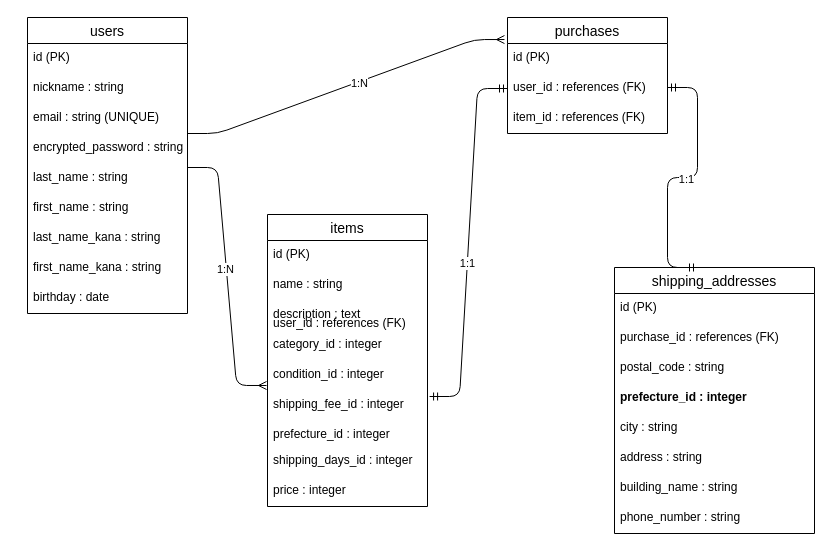
Above: er_diagram.drawio in daisuke289/furima-41667 (draw.io), before the change. Source tidied: cells renumbered, new cells numbered last; positions are measured from the earlier drawing's top-left corner, leaving out a move shared by most shapes. Both pictures are drawn from the tidied source at 100%, with x=0, y=0 at pixel (17, 17).
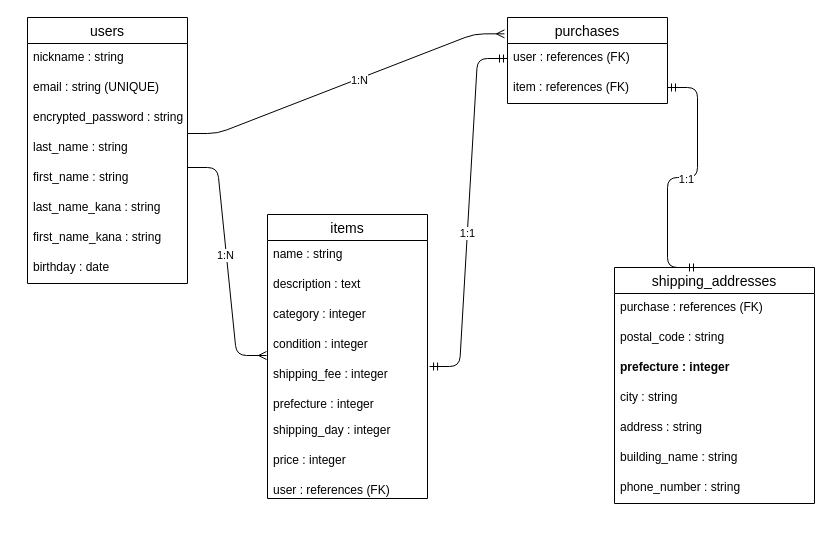
After the change.

Commit message (it also covers changes not shown here):
ER図、README変更

Diff of the diagram source:
```diff
@@
     <mxCell id="2" value="users" style="swimlane;fontStyle=0;horizontal=1;startSize=26;align=center;fontSize=14;" parent="1" vertex="1">
-      <mxGeometry x="10" width="160" height="296" as="geometry" />
+      <mxGeometry x="10" width="160" height="266" as="geometry" />
     </mxCell>
-    <mxCell id="3" value="id (PK)" style="text;strokeColor=none;fillColor=none;spacingLeft=4;spacingRight=4;overflow=hidden;fontSize=12;" parent="2" vertex="1">
-      <mxGeometry y="26" width="160" height="30" as="geometry" />
-    </mxCell>
     <mxCell id="4" value="nickname : string" style="text;strokeColor=none;fillColor=none;spacingLeft=4;spacingRight=4;overflow=hidden;fontSize=12;" parent="2" vertex="1">
-      <mxGeometry y="56" width="160" height="30" as="geometry" />
+      <mxGeometry y="26" width="160" height="30" as="geometry" />
     </mxCell>
     <mxCell id="5" value="email : string (UNIQUE)" style="text;strokeColor=none;fillColor=none;spacingLeft=4;spacingRight=4;overflow=hidden;fontSize=12;" parent="2" vertex="1">
-      <mxGeometry y="86" width="160" height="30" as="geometry" />
+      <mxGeometry y="56" width="160" height="30" as="geometry" />
     </mxCell>
     <mxCell id="6" value="encrypted_password : string" style="text;strokeColor=none;fillColor=none;spacingLeft=4;spacingRight=4;overflow=hidden;fontSize=12;" parent="2" vertex="1">
-      <mxGeometry y="116" width="160" height="30" as="geometry" />
+      <mxGeometry y="86" width="160" height="30" as="geometry" />
     </mxCell>
     <mxCell id="7" value="last_name : string" style="text;strokeColor=none;fillColor=none;spacingLeft=4;spacingRight=4;overflow=hidden;fontSize=12;" parent="2" vertex="1">
-      <mxGeometry y="146" width="160" height="30" as="geometry" />
+      <mxGeometry y="116" width="160" height="30" as="geometry" />
     </mxCell>
     <mxCell id="8" value="first_name : string" style="text;strokeColor=none;fillColor=none;spacingLeft=4;spacingRight=4;overflow=hidden;fontSize=12;" parent="2" vertex="1">
-      <mxGeometry y="176" width="160" height="30" as="geometry" />
+      <mxGeometry y="146" width="160" height="30" as="geometry" />
     </mxCell>
     <mxCell id="9" value="last_name_kana : string" style="text;strokeColor=none;fillColor=none;spacingLeft=4;spacingRight=4;overflow=hidden;fontSize=12;" parent="2" vertex="1">
-      <mxGeometry y="206" width="160" height="30" as="geometry" />
+      <mxGeometry y="176" width="160" height="30" as="geometry" />
     </mxCell>
     <mxCell id="10" value="first_name_kana : string" style="text;strokeColor=none;fillColor=none;spacingLeft=4;spacingRight=4;overflow=hidden;fontSize=12;" parent="2" vertex="1">
-      <mxGeometry y="236" width="160" height="30" as="geometry" />
+      <mxGeometry y="206" width="160" height="30" as="geometry" />
     </mxCell>
     <mxCell id="11" value="birthday : date" style="text;strokeColor=none;fillColor=none;spacingLeft=4;spacingRight=4;overflow=hidden;fontSize=12;" parent="2" vertex="1">
-      <mxGeometry y="266" width="160" height="30" as="geometry" />
+      <mxGeometry y="236" width="160" height="30" as="geometry" />
     </mxCell>
@@
     <mxCell id="13" value="items" style="swimlane;fontStyle=0;horizontal=1;startSize=26;align=center;fontSize=14;" parent="1" vertex="1">
-      <mxGeometry x="250" y="197" width="160" height="292" as="geometry" />
+      <mxGeometry x="250" y="197" width="160" height="284" as="geometry" />
     </mxCell>
-    <mxCell id="14" value="id (PK)" style="text;strokeColor=none;fillColor=none;spacingLeft=4;spacingRight=4;overflow=hidden;fontSize=12;" parent="13" vertex="1">
-      <mxGeometry y="26" width="160" height="30" as="geometry" />
-    </mxCell>
     <mxCell id="15" value="name : string" style="text;strokeColor=none;fillColor=none;spacingLeft=4;spacingRight=4;overflow=hidden;fontSize=12;" parent="13" vertex="1">
-      <mxGeometry y="56" width="160" height="30" as="geometry" />
+      <mxGeometry y="26" width="160" height="30" as="geometry" />
     </mxCell>
     <mxCell id="16" value="description : text" style="text;strokeColor=none;fillColor=none;spacingLeft=4;spacingRight=4;overflow=hidden;fontSize=12;" parent="13" vertex="1">
-      <mxGeometry y="86" width="160" height="30" as="geometry" />
+      <mxGeometry y="56" width="160" height="30" as="geometry" />
     </mxCell>
-    <mxCell id="17" value="category_id : integer" style="text;strokeColor=none;fillColor=none;spacingLeft=4;spacingRight=4;overflow=hidden;fontSize=12;" parent="13" vertex="1">
-      <mxGeometry y="116" width="160" height="30" as="geometry" />
+    <mxCell id="17" value="category : integer" style="text;strokeColor=none;fillColor=none;spacingLeft=4;spacingRight=4;overflow=hidden;fontSize=12;" parent="13" vertex="1">
+      <mxGeometry y="86" width="160" height="30" as="geometry" />
     </mxCell>
-    <mxCell id="18" value="condition_id : integer" style="text;strokeColor=none;fillColor=none;spacingLeft=4;spacingRight=4;overflow=hidden;fontSize=12;" parent="13" vertex="1">
-      <mxGeometry y="146" width="160" height="30" as="geometry" />
+    <mxCell id="18" value="condition : integer" style="text;strokeColor=none;fillColor=none;spacingLeft=4;spacingRight=4;overflow=hidden;fontSize=12;" parent="13" vertex="1">
+      <mxGeometry y="116" width="160" height="30" as="geometry" />
     </mxCell>
-    <mxCell id="19" value="shipping_fee_id : integer" style="text;strokeColor=none;fillColor=none;spacingLeft=4;spacingRight=4;overflow=hidden;points=[[0,0.5],[1,0.5]];portConstraint=eastwest;fontSize=12;" parent="13" vertex="1">
-      <mxGeometry y="176" width="160" height="30" as="geometry" />
+    <mxCell id="19" value="shipping_fee : integer" style="text;strokeColor=none;fillColor=none;spacingLeft=4;spacingRight=4;overflow=hidden;points=[[0,0.5],[1,0.5]];portConstraint=eastwest;fontSize=12;" parent="13" vertex="1">
+      <mxGeometry y="146" width="160" height="30" as="geometry" />
     </mxCell>
-    <mxCell id="20" value="prefecture_id : integer" style="text;strokeColor=none;fillColor=none;spacingLeft=4;spacingRight=4;overflow=hidden;fontSize=12;" parent="13" vertex="1">
-      <mxGeometry y="206" width="160" height="26" as="geometry" />
+    <mxCell id="20" value="prefecture : integer" style="text;strokeColor=none;fillColor=none;spacingLeft=4;spacingRight=4;overflow=hidden;fontSize=12;" parent="13" vertex="1">
+      <mxGeometry y="176" width="160" height="26" as="geometry" />
     </mxCell>
-    <mxCell id="21" value="shipping_days_id : integer" style="text;strokeColor=none;fillColor=none;spacingLeft=4;spacingRight=4;overflow=hidden;fontSize=12;" parent="13" vertex="1">
-      <mxGeometry y="232" width="160" height="30" as="geometry" />
+    <mxCell id="21" value="shipping_day : integer" style="text;strokeColor=none;fillColor=none;spacingLeft=4;spacingRight=4;overflow=hidden;fontSize=12;" parent="13" vertex="1">
+      <mxGeometry y="202" width="160" height="30" as="geometry" />
     </mxCell>
     <mxCell id="22" value="price : integer" style="text;strokeColor=none;fillColor=none;spacingLeft=4;spacingRight=4;overflow=hidden;fontSize=12;" parent="13" vertex="1">
-      <mxGeometry y="262" width="160" height="30" as="geometry" />
+      <mxGeometry y="232" width="160" height="30" as="geometry" />
     </mxCell>
+    <mxCell id="42" value="user : references (FK)" style="text;strokeColor=none;fillColor=none;spacingLeft=4;spacingRight=4;overflow=hidden;fontSize=12;" parent="13" vertex="1">
+      <mxGeometry y="262" width="160" height="22" as="geometry" />
+    </mxCell>
     <mxCell id="23" value="purchases" style="swimlane;fontStyle=0;horizontal=1;startSize=26;align=center;fontSize=14;" parent="1" vertex="1">
-      <mxGeometry x="490" width="160" height="116" as="geometry" />
+      <mxGeometry x="490" width="160" height="86" as="geometry" />
     </mxCell>
-    <mxCell id="24" value="id (PK)" style="text;strokeColor=none;fillColor=none;spacingLeft=4;spacingRight=4;overflow=hidden;fontSize=12;" parent="23" vertex="1">
-      <mxGeometry y="26" width="160" height="30" as="geometry" />
-    </mxCell>
-    <mxCell id="25" value="user_id : references (FK)" style="text;strokeColor=none;fillColor=none;spacingLeft=4;spacingRight=4;overflow=hidden;points=[[0,0.5],[1,0.5]];portConstraint=eastwest;fontSize=12;" parent="23" vertex="1">
-      <mxGeometry y="56" width="160" height="30" as="geometry" />
+    <mxCell id="25" value="user : references (FK)" style="text;strokeColor=none;fillColor=none;spacingLeft=4;spacingRight=4;overflow=hidden;points=[[0,0.5],[1,0.5]];portConstraint=eastwest;fontSize=12;" parent="23" vertex="1">
+      <mxGeometry y="26" width="160" height="30" as="geometry" />
     </mxCell>
-    <mxCell id="26" value="item_id : references (FK)&#10;" style="text;strokeColor=none;fillColor=none;spacingLeft=4;spacingRight=4;overflow=hidden;fontSize=12;" parent="23" vertex="1">
-      <mxGeometry y="86" width="160" height="30" as="geometry" />
+    <mxCell id="26" value="item : references (FK)&#10;" style="text;strokeColor=none;fillColor=none;spacingLeft=4;spacingRight=4;overflow=hidden;fontSize=12;" parent="23" vertex="1">
+      <mxGeometry y="56" width="160" height="30" as="geometry" />
     </mxCell>
     <mxCell id="27" value="shipping_addresses" style="swimlane;fontStyle=0;horizontal=1;startSize=26;align=center;fontSize=14;" parent="1" vertex="1">
-      <mxGeometry x="597" y="250" width="200" height="266" as="geometry" />
+      <mxGeometry x="597" y="250" width="200" height="236" as="geometry" />
     </mxCell>
-    <mxCell id="28" value="id (PK)" style="text;strokeColor=none;fillColor=none;spacingLeft=4;spacingRight=4;overflow=hidden;fontSize=12;" parent="27" vertex="1">
-      <mxGeometry y="26" width="200" height="30" as="geometry" />
-    </mxCell>
-    <mxCell id="29" value="purchase_id : references (FK)" style="text;strokeColor=none;fillColor=none;spacingLeft=4;spacingRight=4;overflow=hidden;fontSize=12;" parent="27" vertex="1">
-      <mxGeometry y="56" width="200" height="30" as="geometry" />
+    <mxCell id="29" value="purchase : references (FK)" style="text;strokeColor=none;fillColor=none;spacingLeft=4;spacingRight=4;overflow=hidden;fontSize=12;" parent="27" vertex="1">
+      <mxGeometry y="26" width="200" height="30" as="geometry" />
     </mxCell>
     <mxCell id="30" value="postal_code : string" style="text;strokeColor=none;fillColor=none;spacingLeft=4;spacingRight=4;overflow=hidden;fontSize=12;" parent="27" vertex="1">
-      <mxGeometry y="86" width="200" height="30" as="geometry" />
+      <mxGeometry y="56" width="200" height="30" as="geometry" />
     </mxCell>
-    <mxCell id="31" value="prefecture_id : integer" style="text;strokeColor=none;fillColor=none;spacingLeft=4;spacingRight=4;overflow=hidden;fontSize=12;fontStyle=1;" parent="27" vertex="1">
-      <mxGeometry y="116" width="200" height="30" as="geometry" />
+    <mxCell id="31" value="prefecture : integer" style="text;strokeColor=none;fillColor=none;spacingLeft=4;spacingRight=4;overflow=hidden;fontSize=12;fontStyle=1;" parent="27" vertex="1">
+      <mxGeometry y="86" width="200" height="30" as="geometry" />
     </mxCell>
     <mxCell id="32" value="city : string" style="text;strokeColor=none;fillColor=none;spacingLeft=4;spacingRight=4;overflow=hidden;fontSize=12;" parent="27" vertex="1">
-      <mxGeometry y="146" width="200" height="30" as="geometry" />
+      <mxGeometry y="116" width="200" height="30" as="geometry" />
     </mxCell>
     <mxCell id="33" value="address : string" style="text;strokeColor=none;fillColor=none;spacingLeft=4;spacingRight=4;overflow=hidden;fontSize=12;" parent="27" vertex="1">
-      <mxGeometry y="176" width="200" height="30" as="geometry" />
+      <mxGeometry y="146" width="200" height="30" as="geometry" />
     </mxCell>
     <mxCell id="34" value="building_name : string" style="text;strokeColor=none;fillColor=none;spacingLeft=4;spacingRight=4;overflow=hidden;fontSize=12;" parent="27" vertex="1">
-      <mxGeometry y="206" width="200" height="30" as="geometry" />
+      <mxGeometry y="176" width="200" height="30" as="geometry" />
     </mxCell>
     <mxCell id="35" value="phone_number : string" style="text;strokeColor=none;fillColor=none;spacingLeft=4;spacingRight=4;overflow=hidden;fontSize=12;" parent="27" vertex="1">
-      <mxGeometry y="236" width="200" height="30" as="geometry" />
+      <mxGeometry y="206" width="200" height="30" as="geometry" />
     </mxCell>
@@
-    <mxCell id="42" value="user_id : references (FK)" style="text;strokeColor=none;fillColor=none;spacingLeft=4;spacingRight=4;overflow=hidden;fontSize=12;" parent="1" vertex="1">
-      <mxGeometry x="250" y="292" width="160" height="30" as="geometry" />
-    </mxCell>
```
